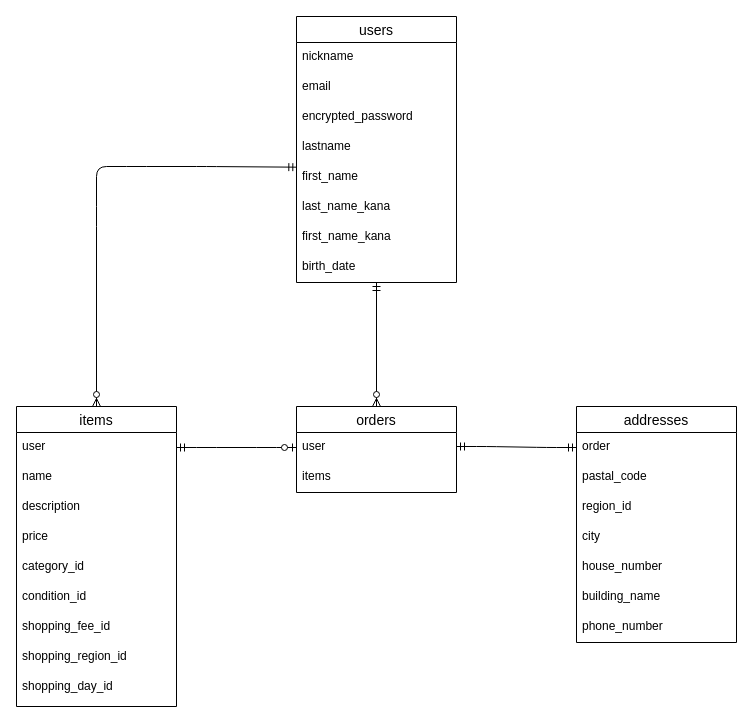
The draw.io diagram page "ページ1" (1 of 2) of ER.dio in kiku-hub/furima-41648, before the edit. Source tidied: cells renumbered, new cells numbered last; positions are measured from the earlier drawing's top-left corner, leaving out a move shared by most shapes. Both pictures are drawn from the tidied source at 100%, with x=0, y=0 at pixel (16, 16).
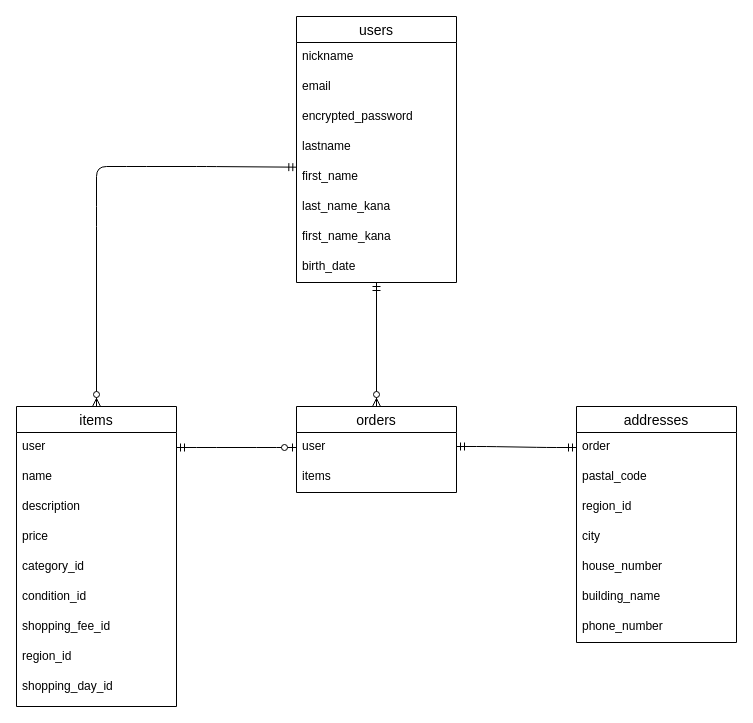
The same diagram, later.

Commit message (it also covers changes not shown here):
ER図・READMEの修正2

The change refers to these unchanged cells:
```xml
<mxCell id="5" value="items" style="swimlane;fontStyle=0;horizontal=1;startSize=26;align=center;fontSize=14;" parent="1" vertex="1">
  <mxGeometry y="390" width="160" height="300" as="geometry" />
</mxCell>
```

What changed in the source:
```diff
@@
-    <mxCell id="13" value="shopping_region_id" style="text;strokeColor=none;fillColor=none;spacingLeft=4;spacingRight=4;overflow=hidden;fontSize=12;" parent="5" vertex="1">
+    <mxCell id="13" value="region_id" style="text;strokeColor=none;fillColor=none;spacingLeft=4;spacingRight=4;overflow=hidden;fontSize=12;" parent="5" vertex="1">
       <mxGeometry y="236" width="160" height="30" as="geometry" />
     </mxCell>
```
